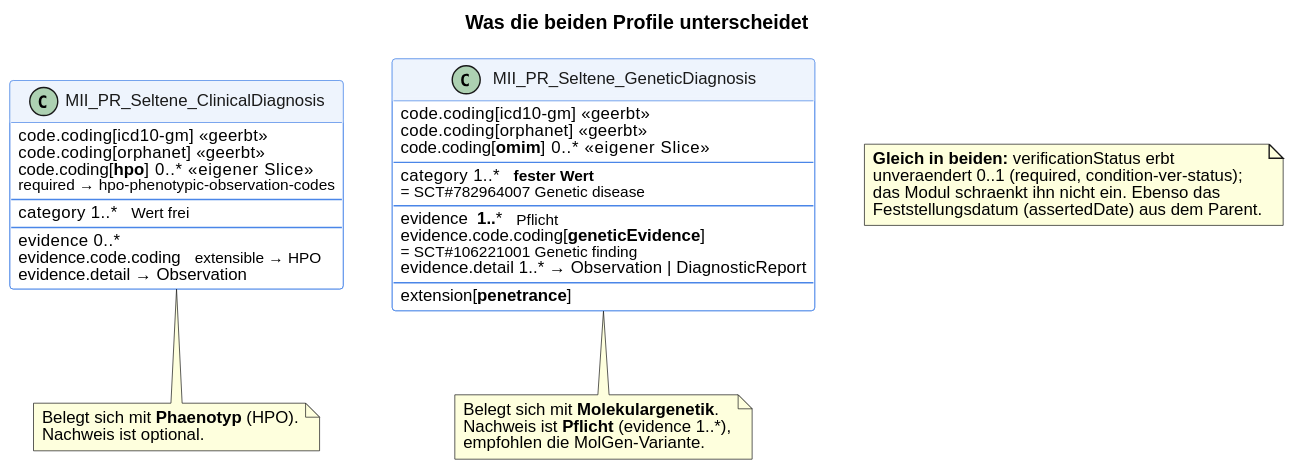
The PlantUML diagram input/images/diagnose-klinisch-vs-genetisch.svg in medizininformatik-initiative/kerndatensatzmodul-seltene-erkrankungen, before a commit.
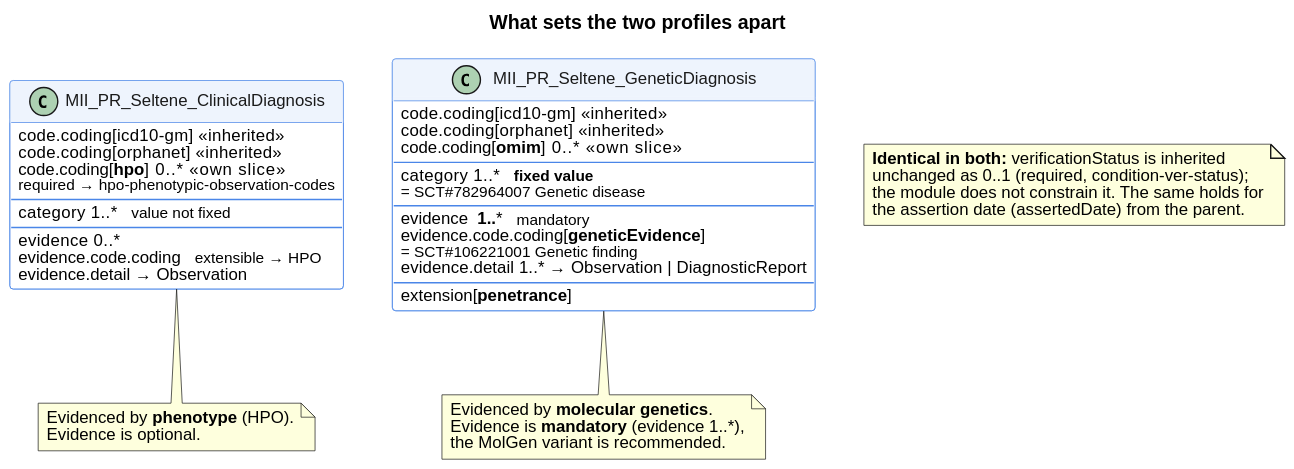
Later version of the same file.

The edit, as a diff of the source:
```diff
@@ -11,15 +11,15 @@
   FontColor #1a1a1a
 }
 
-title Was die beiden Profile unterscheidet
+title What sets the two profiles apart
 
 class "MII_PR_Seltene_ClinicalDiagnosis" as C {
-  code.coding[icd10-gm]   << geerbt >>
-  code.coding[orphanet]   << geerbt >>
-  code.coding[**hpo**]  0..*   << eigener Slice >>
+  code.coding[icd10-gm]   << inherited >>
+  code.coding[orphanet]   << inherited >>
+  code.coding[**hpo**]  0..*   << own slice >>
   <size:11>required → hpo-phenotypic-observation-codes</size>
   --
-  category  1..*   <size:11>Wert frei</size>
+  category  1..*   <size:11>value not fixed</size>
   --
   evidence  0..*
   evidence.code.coding   <size:11>extensible → HPO</size>
@@ -27,14 +27,14 @@
 }
 
 class "MII_PR_Seltene_GeneticDiagnosis" as G {
-  code.coding[icd10-gm]   << geerbt >>
-  code.coding[orphanet]   << geerbt >>
-  code.coding[**omim**]  0..*   << eigener Slice >>
+  code.coding[icd10-gm]   << inherited >>
+  code.coding[orphanet]   << inherited >>
+  code.coding[**omim**]  0..*   << own slice >>
   --
-  category  1..*   <size:11>**fester Wert**</size>
+  category  1..*   <size:11>**fixed value**</size>
   <size:11>= SCT#782964007 Genetic disease</size>
   --
-  evidence  **1..***   <size:11>Pflicht</size>
+  evidence  **1..***   <size:11>mandatory</size>
   evidence.code.coding[**geneticEvidence**]
   <size:11>= SCT#106221001 Genetic finding</size>
   evidence.detail  1..* → Observation | DiagnosticReport
@@ -45,20 +45,20 @@
 C -[hidden]right-> G
 
 note bottom of C
-  Belegt sich mit **Phaenotyp** (HPO).
-  Nachweis ist optional.
+  Evidenced by **phenotype** (HPO).
+  Evidence is optional.
 end note
 
 note bottom of G
-  Belegt sich mit **Molekulargenetik**.
-  Nachweis ist **Pflicht** (evidence 1..*),
-  empfohlen die MolGen-Variante.
+  Evidenced by **molecular genetics**.
+  Evidence is **mandatory** (evidence 1..*),
+  the MolGen variant is recommended.
 end note
 
 note as N
-  **Gleich in beiden:** verificationStatus erbt
-  unveraendert 0..1 (required, condition-ver-status);
-  das Modul schraenkt ihn nicht ein. Ebenso das
-  Feststellungsdatum (assertedDate) aus dem Parent.
+  **Identical in both:** verificationStatus is inherited
+  unchanged as 0..1 (required, condition-ver-status);
+  the module does not constrain it. The same holds for
+  the assertion date (assertedDate) from the parent.
 end note
 @enduml
```
